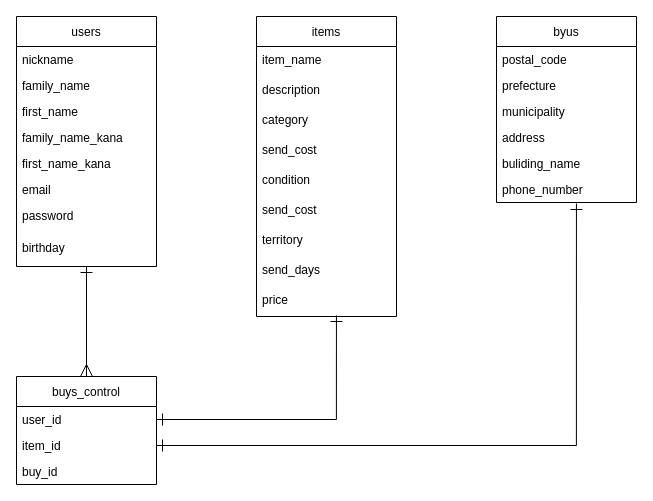
Above: furima.dio in TaijiHiraoka/furima-28641 (draw.io), before the change. Source tidied: cells renumbered, new cells numbered last; positions are measured from the earlier drawing's top-left corner, leaving out a move shared by most shapes. Both pictures are drawn from the tidied source at 100%, with x=0, y=0 at pixel (16, 16).
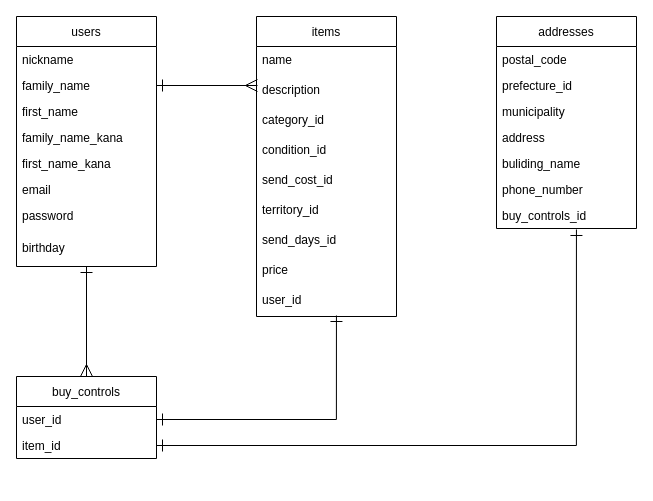
The same diagram, later.

Commit message (it also covers changes not shown here):
データベース修正３

Unchanged cells that the change refers to:
```xml
<mxCell id="4" value="family_name" style="text;strokeColor=none;fillColor=none;align=left;verticalAlign=top;spacingLeft=4;spacingRight=4;overflow=hidden;points=[[0,0.5],[1,0.5]];portConstraint=eastwest;" parent="2" vertex="1">
  <mxGeometry y="56" width="140" height="26" as="geometry" />
</mxCell>
<mxCell id="11" value="items" style="swimlane;fontStyle=0;horizontal=1;startSize=30;fillColor=none;" parent="1" vertex="1">
  <mxGeometry x="240" width="140" height="300" as="geometry" />
</mxCell>
<mxCell id="13" value="description" style="text;strokeColor=none;fillColor=none;align=left;verticalAlign=top;spacingLeft=4;spacingRight=4;overflow=hidden;points=[[0,0.5],[1,0.5]];portConstraint=eastwest;" parent="11" vertex="1">
  <mxGeometry y="60" width="140" height="30" as="geometry" />
</mxCell>
```

What changed in the source:
```diff
@@
-    <mxCell id="12" value="item_name" style="text;align=left;verticalAlign=top;spacingLeft=4;spacingRight=4;overflow=hidden;direction=north;" parent="11" vertex="1">
+    <mxCell id="12" value="name" style="text;align=left;verticalAlign=top;spacingLeft=4;spacingRight=4;overflow=hidden;direction=north;" parent="11" vertex="1">
       <mxGeometry y="30" width="140" height="30" as="geometry" />
     </mxCell>
@@
-    <mxCell id="14" value="category" style="text;strokeColor=none;fillColor=none;align=left;verticalAlign=top;spacingLeft=4;spacingRight=4;overflow=hidden;" parent="11" vertex="1">
+    <mxCell id="14" value="category_id" style="text;strokeColor=none;fillColor=none;align=left;verticalAlign=top;spacingLeft=4;spacingRight=4;overflow=hidden;" parent="11" vertex="1">
       <mxGeometry y="90" width="140" height="30" as="geometry" />
     </mxCell>
-    <mxCell id="15" value="send_cost" style="text;strokeColor=none;fillColor=none;align=left;verticalAlign=top;spacingLeft=4;spacingRight=4;overflow=hidden;" parent="11" vertex="1">
-      <mxGeometry y="120" width="140" height="30" as="geometry" />
-    </mxCell>
-    <mxCell id="16" value="condition" style="text;strokeColor=none;fillColor=none;align=left;verticalAlign=top;spacingLeft=4;spacingRight=4;overflow=hidden;" parent="11" vertex="1">
-      <mxGeometry y="150" width="140" height="30" as="geometry" />
+    <mxCell id="16" value="condition_id" style="text;strokeColor=none;fillColor=none;align=left;verticalAlign=top;spacingLeft=4;spacingRight=4;overflow=hidden;" parent="11" vertex="1">
+      <mxGeometry y="120" width="140" height="30" as="geometry" />
     </mxCell>
-    <mxCell id="17" value="send_cost" style="text;strokeColor=none;fillColor=none;align=left;verticalAlign=top;spacingLeft=4;spacingRight=4;overflow=hidden;" parent="11" vertex="1">
-      <mxGeometry y="180" width="140" height="30" as="geometry" />
+    <mxCell id="17" value="send_cost_id" style="text;strokeColor=none;fillColor=none;align=left;verticalAlign=top;spacingLeft=4;spacingRight=4;overflow=hidden;" parent="11" vertex="1">
+      <mxGeometry y="150" width="140" height="30" as="geometry" />
     </mxCell>
-    <mxCell id="18" value="territory" style="text;strokeColor=none;fillColor=none;align=left;verticalAlign=top;spacingLeft=4;spacingRight=4;overflow=hidden;" parent="11" vertex="1">
-      <mxGeometry y="210" width="140" height="30" as="geometry" />
+    <mxCell id="18" value="territory_id" style="text;strokeColor=none;fillColor=none;align=left;verticalAlign=top;spacingLeft=4;spacingRight=4;overflow=hidden;" parent="11" vertex="1">
+      <mxGeometry y="180" width="140" height="30" as="geometry" />
     </mxCell>
-    <mxCell id="19" value="send_days" style="text;strokeColor=none;fillColor=none;align=left;verticalAlign=top;spacingLeft=4;spacingRight=4;overflow=hidden;" parent="11" vertex="1">
-      <mxGeometry y="240" width="140" height="30" as="geometry" />
+    <mxCell id="19" value="send_days_id" style="text;strokeColor=none;fillColor=none;align=left;verticalAlign=top;spacingLeft=4;spacingRight=4;overflow=hidden;" parent="11" vertex="1">
+      <mxGeometry y="210" width="140" height="30" as="geometry" />
     </mxCell>
+    <mxCell id="35" value="price" style="text;strokeColor=none;fillColor=none;align=left;verticalAlign=top;spacingLeft=4;spacingRight=4;overflow=hidden;" parent="11" vertex="1">
+      <mxGeometry y="240" width="140" height="30" as="geometry" />
+    </mxCell>
-    <mxCell id="20" value="price" style="text;strokeColor=none;fillColor=none;align=left;verticalAlign=top;spacingLeft=4;spacingRight=4;overflow=hidden;points=[[0,0.5],[1,0.5]];portConstraint=eastwest;" parent="11" vertex="1">
+    <mxCell id="20" value="user_id" style="text;strokeColor=none;fillColor=none;align=left;verticalAlign=top;spacingLeft=4;spacingRight=4;overflow=hidden;points=[[0,0.5],[1,0.5]];portConstraint=eastwest;" parent="11" vertex="1">
       <mxGeometry y="270" width="140" height="30" as="geometry" />
     </mxCell>
-    <mxCell id="21" value="byus" style="swimlane;fontStyle=0;horizontal=1;startSize=30;fillColor=none;" parent="1" vertex="1">
-      <mxGeometry x="480" width="140" height="186" as="geometry" />
+    <mxCell id="21" value="addresses" style="swimlane;fontStyle=0;horizontal=1;startSize=30;fillColor=none;" parent="1" vertex="1">
+      <mxGeometry x="480" width="140" height="212" as="geometry" />
     </mxCell>
@@
-    <mxCell id="23" value="prefecture" style="text;strokeColor=none;fillColor=none;align=left;verticalAlign=top;spacingLeft=4;spacingRight=4;overflow=hidden;" parent="21" vertex="1">
+    <mxCell id="23" value="prefecture_id" style="text;strokeColor=none;fillColor=none;align=left;verticalAlign=top;spacingLeft=4;spacingRight=4;overflow=hidden;" parent="21" vertex="1">
       <mxGeometry y="56" width="140" height="26" as="geometry" />
     </mxCell>
@@
+    <mxCell id="36" value="phone_number" style="text;strokeColor=none;fillColor=none;align=left;verticalAlign=top;spacingLeft=4;spacingRight=4;overflow=hidden;" parent="21" vertex="1">
+      <mxGeometry y="160" width="140" height="26" as="geometry" />
+    </mxCell>
-    <mxCell id="27" value="phone_number" style="text;strokeColor=none;fillColor=none;align=left;verticalAlign=top;spacingLeft=4;spacingRight=4;overflow=hidden;points=[[0,0.5],[1,0.5]];portConstraint=eastwest;" parent="21" vertex="1">
-      <mxGeometry y="160" width="140" height="26" as="geometry" />
+    <mxCell id="27" value="buy_controls_id" style="text;strokeColor=none;fillColor=none;align=left;verticalAlign=top;spacingLeft=4;spacingRight=4;overflow=hidden;points=[[0,0.5],[1,0.5]];portConstraint=eastwest;" parent="21" vertex="1">
+      <mxGeometry y="186" width="140" height="26" as="geometry" />
     </mxCell>
-    <mxCell id="28" value="buys_control" style="swimlane;fontStyle=0;horizontal=1;startSize=30;fillColor=none;" parent="1" vertex="1">
-      <mxGeometry y="360" width="140" height="108" as="geometry" />
+    <mxCell id="28" value="buy_controls" style="swimlane;fontStyle=0;horizontal=1;startSize=30;fillColor=none;" parent="1" vertex="1">
+      <mxGeometry y="360" width="140" height="82" as="geometry" />
     </mxCell>
@@
-    <mxCell id="31" value="buy_id" style="text;strokeColor=none;fillColor=none;align=left;verticalAlign=top;spacingLeft=4;spacingRight=4;overflow=hidden;" parent="28" vertex="1">
-      <mxGeometry y="82" width="140" height="26" as="geometry" />
-    </mxCell>
@@
+    <mxCell id="37" style="edgeStyle=orthogonalEdgeStyle;rounded=0;jettySize=auto;html=1;exitX=1;exitY=0.5;exitDx=0;exitDy=0;entryX=0.007;entryY=0.3;entryDx=0;entryDy=0;entryPerimeter=0;endArrow=ERmany;endFill=0;startArrow=ERone;startFill=0;endSize=10;startSize=10;" parent="1" edge="1" source="4" target="13">
+      <mxGeometry relative="1" as="geometry" />
+    </mxCell>
```
